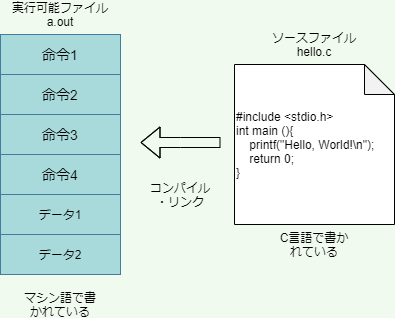
The draw.io diagram programming2021/img/compile.drawio.png in kut-econ/kut-econ.github.io, before a commit. Source tidied: cells renumbered, new cells last; positions are measured from the earlier drawing's top-left corner, leaving out a move shared by most shapes.
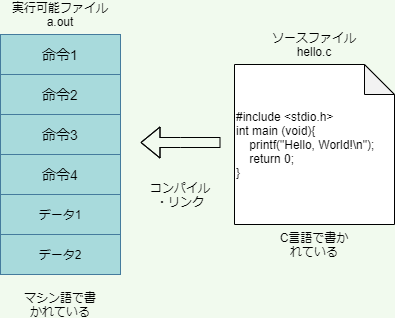
The same file after the commit.

Diff of the diagram source:
```diff
@@ -47,7 +47,7 @@
     <mxCell id="16" value="&lt;font color=&quot;#000000&quot;&gt;マシン語で書かれている&lt;/font&gt;" style="text;html=1;strokeColor=none;fillColor=none;align=center;verticalAlign=middle;whiteSpace=wrap;rounded=0;" parent="1" vertex="1">
       <mxGeometry x="20" y="290" width="80" height="20" as="geometry" />
     </mxCell>
-    <mxCell id="17" value="#include &amp;lt;stdio.h&amp;gt;&lt;br&gt;int main (){&lt;br&gt;&amp;nbsp; &amp;nbsp; printf(&quot;Hello, World!\n&quot;);&lt;br&gt;&amp;nbsp; &amp;nbsp; return 0;&lt;br&gt;}" style="shape=note;whiteSpace=wrap;html=1;backgroundOutline=1;darkOpacity=0.05;align=left;" parent="1" vertex="1">
+    <mxCell id="17" value="#include &amp;lt;stdio.h&amp;gt;&lt;br&gt;int main (void){&lt;br&gt;&amp;nbsp; &amp;nbsp; printf(&quot;Hello, World!\n&quot;);&lt;br&gt;&amp;nbsp; &amp;nbsp; return 0;&lt;br&gt;}" style="shape=note;whiteSpace=wrap;html=1;backgroundOutline=1;darkOpacity=0.05;align=left;" parent="1" vertex="1">
       <mxGeometry x="234" y="60" width="160" height="160" as="geometry" />
     </mxCell>
     <mxCell id="18" style="shape=flexArrow;endArrow=classic;html=1;strokeColor=#000000;" parent="1" edge="1">
```
